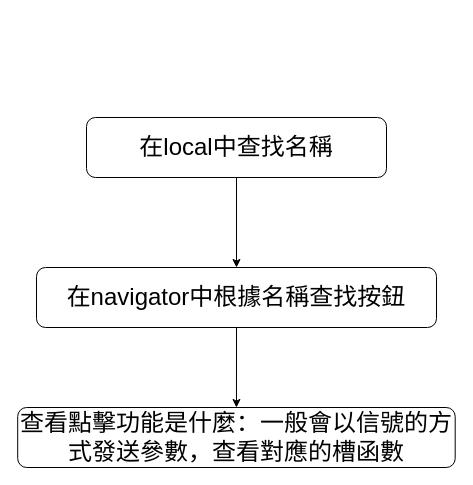
pengzhen80/PigeonRace keeps this draw.io diagram as page "按鈕點擊無效處理流程" (4 of 4) of skyleader2.0.drawio. Above is the earlier version. Source tidied: cells renumbered, new cells numbered last; positions are measured from the earlier drawing's top-left corner, leaving out a move shared by most shapes. Both pictures are drawn from the tidied source at 100%, with x=0, y=0 at pixel (17, 117).
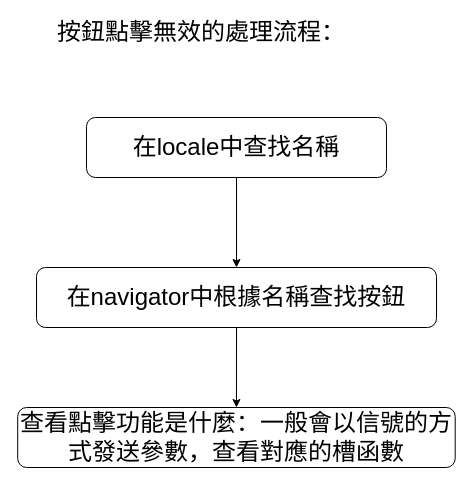
Above is the later version.

Diff of the diagram source:
```diff
@@
 <mxGraphModel>
   <root>
     <mxCell id="0" />
     <mxCell id="1" parent="0" />
-    <mxCell id="2" value="在local中查找名稱" style="rounded=1;whiteSpace=wrap;html=1;fontSize=24;" parent="1" vertex="1">
+    <mxCell id="2" value="在locale中查找名稱" style="rounded=1;whiteSpace=wrap;html=1;fontSize=24;" parent="1" vertex="1">
       <mxGeometry x="69" width="300" height="60" as="geometry" />
     </mxCell>
     <mxCell id="3" value="在navigator中根據名稱查找按鈕" style="rounded=1;whiteSpace=wrap;html=1;fontSize=24;" parent="1" vertex="1">
       <mxGeometry x="19" y="150" width="400" height="60" as="geometry" />
     </mxCell>
     <mxCell id="4" style="endArrow=classic;html=1;rounded=0;fontSize=24;exitX=0.5;exitY=1;exitDx=0;exitDy=0;" parent="1" edge="1" source="2" target="3">
       <mxGeometry relative="1" as="geometry" />
     </mxCell>
     <mxCell id="5" value="查看點擊功能是什麼：一般會以信號的方式發送參數，查看對應的槽函數" style="rounded=1;whiteSpace=wrap;html=1;fontSize=24;" parent="1" vertex="1">
       <mxGeometry x="0.2" y="290" width="437.5" height="60" as="geometry" />
     </mxCell>
     <mxCell id="6" style="endArrow=classic;html=1;rounded=0;fontSize=24;exitX=0.5;exitY=1;exitDx=0;exitDy=0;" parent="1" edge="1" source="3" target="5">
       <mxGeometry relative="1" as="geometry" />
     </mxCell>
+    <mxCell id="7" value="按鈕點擊無效的處理流程：" style="text;html=1;strokeColor=none;fillColor=none;align=center;verticalAlign=middle;whiteSpace=wrap;rounded=0;fontSize=24;" parent="1" vertex="1">
+      <mxGeometry x="9" y="-100" width="350" height="30" as="geometry" />
+    </mxCell>
   </root>
 </mxGraphModel>
```
